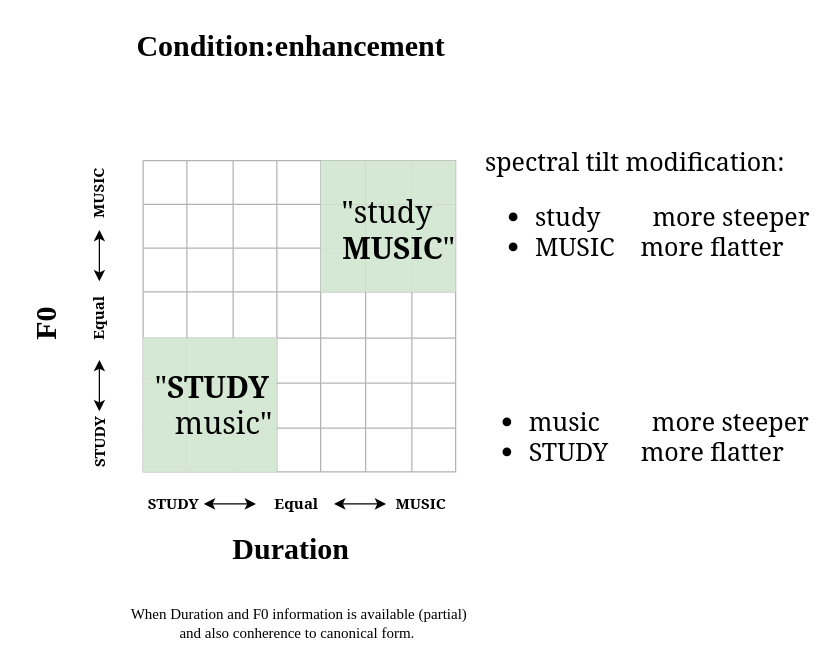
This is Untitled Diagram.drawio from N1r/harmonic_demo, a draw.io file, before an edit. Source tidied: cells renumbered, new cells numbered last; positions are measured from the earlier drawing's top-left corner, leaving out a move shared by most shapes. Both pictures are drawn from the tidied source at 125%, with x=0, y=0 at pixel (-58, 21).
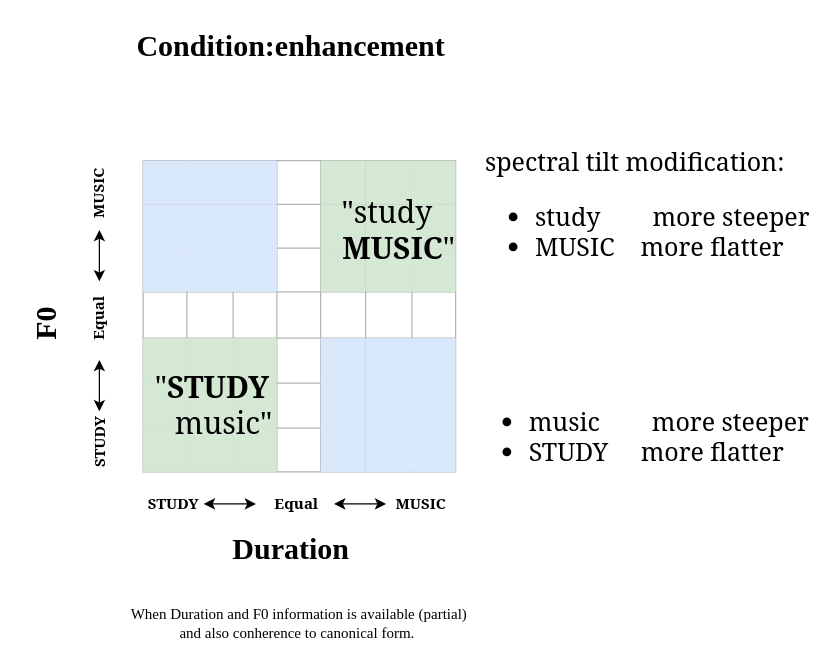
Above is the later version.

Unchanged cells that the change refers to:
```xml
<mxCell id="3" style="shape=tableRow;horizontal=0;startSize=0;swimlaneHead=0;swimlaneBody=0;top=0;left=0;bottom=0;right=0;fillColor=none;fontFamily=Georgia;swimlaneFillColor=none;strokeColor=#CCCCCC;" parent="2" vertex="1">
  <mxGeometry width="250" height="35" as="geometry" />
</mxCell>
<mxCell id="11" style="shape=tableRow;horizontal=0;startSize=0;swimlaneHead=0;swimlaneBody=0;top=0;left=0;bottom=0;right=0;fillColor=none;fontFamily=Georgia;swimlaneFillColor=none;strokeColor=#CCCCCC;" parent="2" vertex="1">
  <mxGeometry y="35" width="250" height="35" as="geometry" />
</mxCell>
<mxCell id="19" style="shape=tableRow;horizontal=0;startSize=0;swimlaneHead=0;swimlaneBody=0;top=0;left=0;bottom=0;right=0;fillColor=none;fontFamily=Georgia;swimlaneFillColor=none;strokeColor=#CCCCCC;" parent="2" vertex="1">
  <mxGeometry y="70" width="250" height="35" as="geometry" />
</mxCell>
<mxCell id="35" style="shape=tableRow;horizontal=0;startSize=0;swimlaneHead=0;swimlaneBody=0;top=0;left=0;bottom=0;right=0;fillColor=none;fontFamily=Georgia;swimlaneFillColor=none;strokeColor=#CCCCCC;" parent="2" vertex="1">
  <mxGeometry y="142" width="250" height="36" as="geometry" />
</mxCell>
<mxCell id="43" style="shape=tableRow;horizontal=0;startSize=0;swimlaneHead=0;swimlaneBody=0;top=0;left=0;bottom=0;right=0;fillColor=none;fontFamily=Georgia;swimlaneFillColor=none;strokeColor=#CCCCCC;" parent="2" vertex="1">
  <mxGeometry y="178" width="250" height="36" as="geometry" />
</mxCell>
<mxCell id="51" style="shape=tableRow;horizontal=0;startSize=0;swimlaneHead=0;swimlaneBody=0;top=0;left=0;bottom=0;right=0;fillColor=none;fontFamily=Georgia;swimlaneFillColor=none;strokeColor=#CCCCCC;" parent="2" vertex="1">
  <mxGeometry y="214" width="250" height="35" as="geometry" />
</mxCell>
```

The edit, as a diff of the source:
```diff
@@
-    <mxCell id="4" style="shape=partialRectangle;html=1;whiteSpace=wrap;fillColor=none;top=0;left=0;bottom=0;right=0;overflow=hidden;fontFamily=Georgia;swimlaneFillColor=none;strokeColor=#CCCCCC;" parent="3" vertex="1">
+    <mxCell id="4" style="shape=partialRectangle;html=1;whiteSpace=wrap;fillColor=#dae8fc;top=0;left=0;bottom=0;right=0;overflow=hidden;fontFamily=Georgia;swimlaneFillColor=none;strokeColor=#6c8ebf;" parent="3" vertex="1">
       <mxGeometry width="35" height="35" as="geometry" />
     </mxCell>
-    <mxCell id="5" style="shape=partialRectangle;html=1;whiteSpace=wrap;fillColor=none;top=0;left=0;bottom=0;right=0;overflow=hidden;fontFamily=Georgia;swimlaneFillColor=none;strokeColor=#CCCCCC;" parent="3" vertex="1">
+    <mxCell id="5" style="shape=partialRectangle;html=1;whiteSpace=wrap;fillColor=#dae8fc;top=0;left=0;bottom=0;right=0;overflow=hidden;fontFamily=Georgia;swimlaneFillColor=none;strokeColor=#6c8ebf;" parent="3" vertex="1">
       <mxGeometry x="35" width="37" height="35" as="geometry" />
     </mxCell>
-    <mxCell id="6" style="shape=partialRectangle;html=1;whiteSpace=wrap;fillColor=none;top=0;left=0;bottom=0;right=0;overflow=hidden;fontFamily=Georgia;swimlaneFillColor=none;strokeColor=#CCCCCC;" parent="3" vertex="1">
+    <mxCell id="6" style="shape=partialRectangle;html=1;whiteSpace=wrap;fillColor=#dae8fc;top=0;left=0;bottom=0;right=0;overflow=hidden;fontFamily=Georgia;swimlaneFillColor=none;strokeColor=#6c8ebf;" parent="3" vertex="1">
       <mxGeometry x="72" width="35" height="35" as="geometry" />
     </mxCell>
@@
-    <mxCell id="12" style="shape=partialRectangle;html=1;whiteSpace=wrap;fillColor=none;top=0;left=0;bottom=0;right=0;overflow=hidden;fontFamily=Georgia;swimlaneFillColor=none;strokeColor=#CCCCCC;" parent="11" vertex="1">
+    <mxCell id="12" style="shape=partialRectangle;html=1;whiteSpace=wrap;fillColor=#dae8fc;top=0;left=0;bottom=0;right=0;overflow=hidden;fontFamily=Georgia;swimlaneFillColor=none;strokeColor=#6c8ebf;" parent="11" vertex="1">
       <mxGeometry width="35" height="35" as="geometry" />
     </mxCell>
-    <mxCell id="13" style="shape=partialRectangle;html=1;whiteSpace=wrap;fillColor=none;top=0;left=0;bottom=0;right=0;overflow=hidden;fontFamily=Georgia;swimlaneFillColor=none;strokeColor=#CCCCCC;" parent="11" vertex="1">
+    <mxCell id="13" style="shape=partialRectangle;html=1;whiteSpace=wrap;fillColor=#dae8fc;top=0;left=0;bottom=0;right=0;overflow=hidden;fontFamily=Georgia;swimlaneFillColor=none;strokeColor=#6c8ebf;" parent="11" vertex="1">
       <mxGeometry x="35" width="37" height="35" as="geometry" />
     </mxCell>
-    <mxCell id="14" style="shape=partialRectangle;html=1;whiteSpace=wrap;fillColor=none;top=0;left=0;bottom=0;right=0;overflow=hidden;fontFamily=Georgia;swimlaneFillColor=none;strokeColor=#CCCCCC;" parent="11" vertex="1">
+    <mxCell id="14" style="shape=partialRectangle;html=1;whiteSpace=wrap;fillColor=#dae8fc;top=0;left=0;bottom=0;right=0;overflow=hidden;fontFamily=Georgia;swimlaneFillColor=none;strokeColor=#6c8ebf;" parent="11" vertex="1">
       <mxGeometry x="72" width="35" height="35" as="geometry" />
     </mxCell>
@@
-    <mxCell id="20" style="shape=partialRectangle;html=1;whiteSpace=wrap;fillColor=none;top=0;left=0;bottom=0;right=0;overflow=hidden;fontFamily=Georgia;swimlaneFillColor=none;strokeColor=#CCCCCC;" parent="19" vertex="1">
+    <mxCell id="20" style="shape=partialRectangle;html=1;whiteSpace=wrap;fillColor=#dae8fc;top=0;left=0;bottom=0;right=0;overflow=hidden;fontFamily=Georgia;swimlaneFillColor=none;strokeColor=#6c8ebf;" parent="19" vertex="1">
       <mxGeometry width="35" height="35" as="geometry" />
     </mxCell>
-    <mxCell id="21" style="shape=partialRectangle;html=1;whiteSpace=wrap;fillColor=none;top=0;left=0;bottom=0;right=0;overflow=hidden;fontFamily=Georgia;swimlaneFillColor=none;strokeColor=#CCCCCC;" parent="19" vertex="1">
+    <mxCell id="21" style="shape=partialRectangle;html=1;whiteSpace=wrap;fillColor=#dae8fc;top=0;left=0;bottom=0;right=0;overflow=hidden;fontFamily=Georgia;swimlaneFillColor=none;strokeColor=#6c8ebf;" parent="19" vertex="1">
       <mxGeometry x="35" width="37" height="35" as="geometry" />
     </mxCell>
-    <mxCell id="22" style="shape=partialRectangle;html=1;whiteSpace=wrap;fillColor=none;top=0;left=0;bottom=0;right=0;overflow=hidden;fontFamily=Georgia;swimlaneFillColor=none;strokeColor=#CCCCCC;" parent="19" vertex="1">
+    <mxCell id="22" style="shape=partialRectangle;html=1;whiteSpace=wrap;fillColor=#dae8fc;top=0;left=0;bottom=0;right=0;overflow=hidden;fontFamily=Georgia;swimlaneFillColor=none;strokeColor=#6c8ebf;" parent="19" vertex="1">
       <mxGeometry x="72" width="35" height="35" as="geometry" />
     </mxCell>
@@
-    <mxCell id="40" style="shape=partialRectangle;html=1;whiteSpace=wrap;fillColor=none;top=0;left=0;bottom=0;right=0;overflow=hidden;fontFamily=Georgia;swimlaneFillColor=none;strokeColor=#CCCCCC;" parent="35" vertex="1">
+    <mxCell id="40" style="shape=partialRectangle;html=1;whiteSpace=wrap;fillColor=#dae8fc;top=0;left=0;bottom=0;right=0;overflow=hidden;fontFamily=Georgia;swimlaneFillColor=none;strokeColor=#6c8ebf;" parent="35" vertex="1">
       <mxGeometry x="142" width="36" height="36" as="geometry" />
     </mxCell>
-    <mxCell id="41" style="shape=partialRectangle;html=1;whiteSpace=wrap;fillColor=none;top=0;left=0;bottom=0;right=0;overflow=hidden;fontFamily=Georgia;swimlaneFillColor=none;strokeColor=#CCCCCC;" parent="35" vertex="1">
+    <mxCell id="41" style="shape=partialRectangle;html=1;whiteSpace=wrap;fillColor=#dae8fc;top=0;left=0;bottom=0;right=0;overflow=hidden;fontFamily=Georgia;swimlaneFillColor=none;strokeColor=#6c8ebf;" parent="35" vertex="1">
       <mxGeometry x="178" width="37" height="36" as="geometry" />
     </mxCell>
-    <mxCell id="42" style="shape=partialRectangle;html=1;whiteSpace=wrap;fillColor=none;top=0;left=0;bottom=0;right=0;overflow=hidden;fontFamily=Georgia;swimlaneFillColor=none;strokeColor=#CCCCCC;" parent="35" vertex="1">
+    <mxCell id="42" style="shape=partialRectangle;html=1;whiteSpace=wrap;fillColor=#dae8fc;top=0;left=0;bottom=0;right=0;overflow=hidden;fontFamily=Georgia;swimlaneFillColor=none;strokeColor=#6c8ebf;" parent="35" vertex="1">
       <mxGeometry x="215" width="35" height="36" as="geometry" />
     </mxCell>
@@
-    <mxCell id="48" style="shape=partialRectangle;html=1;whiteSpace=wrap;fillColor=none;top=0;left=0;bottom=0;right=0;overflow=hidden;fontFamily=Georgia;swimlaneFillColor=none;strokeColor=#CCCCCC;" parent="43" vertex="1">
+    <mxCell id="48" style="shape=partialRectangle;html=1;whiteSpace=wrap;fillColor=#dae8fc;top=0;left=0;bottom=0;right=0;overflow=hidden;fontFamily=Georgia;swimlaneFillColor=none;strokeColor=#6c8ebf;" parent="43" vertex="1">
       <mxGeometry x="142" width="36" height="36" as="geometry" />
     </mxCell>
-    <mxCell id="49" style="shape=partialRectangle;html=1;whiteSpace=wrap;fillColor=none;top=0;left=0;bottom=0;right=0;overflow=hidden;fontFamily=Georgia;swimlaneFillColor=none;strokeColor=#CCCCCC;" parent="43" vertex="1">
+    <mxCell id="49" style="shape=partialRectangle;html=1;whiteSpace=wrap;fillColor=#dae8fc;top=0;left=0;bottom=0;right=0;overflow=hidden;fontFamily=Georgia;swimlaneFillColor=none;strokeColor=#6c8ebf;" parent="43" vertex="1">
       <mxGeometry x="178" width="37" height="36" as="geometry" />
     </mxCell>
-    <mxCell id="50" style="shape=partialRectangle;html=1;whiteSpace=wrap;fillColor=none;top=0;left=0;bottom=0;right=0;overflow=hidden;fontFamily=Georgia;swimlaneFillColor=none;strokeColor=#CCCCCC;" parent="43" vertex="1">
+    <mxCell id="50" style="shape=partialRectangle;html=1;whiteSpace=wrap;fillColor=#dae8fc;top=0;left=0;bottom=0;right=0;overflow=hidden;fontFamily=Georgia;swimlaneFillColor=none;strokeColor=#6c8ebf;" parent="43" vertex="1">
       <mxGeometry x="215" width="35" height="36" as="geometry" />
     </mxCell>
@@
-    <mxCell id="56" style="shape=partialRectangle;html=1;whiteSpace=wrap;fillColor=none;top=0;left=0;bottom=0;right=0;overflow=hidden;fontFamily=Georgia;swimlaneFillColor=none;strokeColor=#CCCCCC;" parent="51" vertex="1">
+    <mxCell id="56" style="shape=partialRectangle;html=1;whiteSpace=wrap;fillColor=#dae8fc;top=0;left=0;bottom=0;right=0;overflow=hidden;fontFamily=Georgia;swimlaneFillColor=none;strokeColor=#6c8ebf;" parent="51" vertex="1">
       <mxGeometry x="142" width="36" height="35" as="geometry" />
     </mxCell>
-    <mxCell id="57" style="shape=partialRectangle;html=1;whiteSpace=wrap;fillColor=none;top=0;left=0;bottom=0;right=0;overflow=hidden;fontFamily=Georgia;swimlaneFillColor=none;strokeColor=#CCCCCC;" parent="51" vertex="1">
+    <mxCell id="57" style="shape=partialRectangle;html=1;whiteSpace=wrap;fillColor=#dae8fc;top=0;left=0;bottom=0;right=0;overflow=hidden;fontFamily=Georgia;swimlaneFillColor=none;strokeColor=#6c8ebf;" parent="51" vertex="1">
       <mxGeometry x="178" width="37" height="35" as="geometry" />
     </mxCell>
-    <mxCell id="58" style="shape=partialRectangle;html=1;whiteSpace=wrap;fillColor=none;top=0;left=0;bottom=0;right=0;overflow=hidden;fontFamily=Georgia;swimlaneFillColor=none;strokeColor=#CCCCCC;" parent="51" vertex="1">
+    <mxCell id="58" style="shape=partialRectangle;html=1;whiteSpace=wrap;fillColor=#dae8fc;top=0;left=0;bottom=0;right=0;overflow=hidden;fontFamily=Georgia;swimlaneFillColor=none;strokeColor=#6c8ebf;" parent="51" vertex="1">
       <mxGeometry x="215" width="35" height="35" as="geometry" />
     </mxCell>
```
